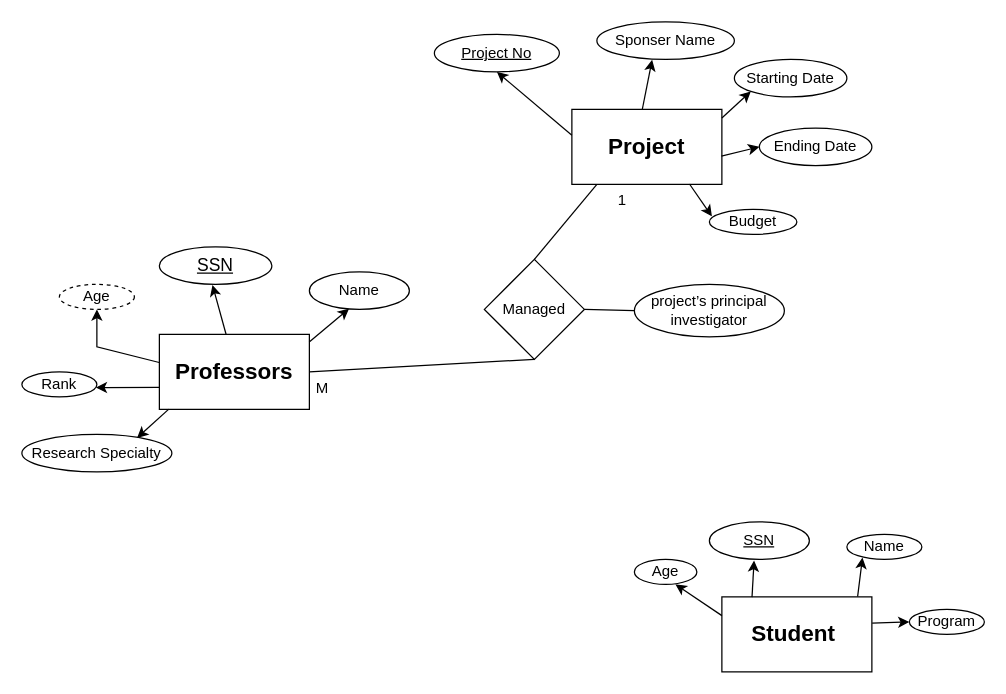
The draw.io diagram university database.drawio in Dilka98/ER-Diagram, before the edit. Source tidied: cells renumbered, new cells numbered last; positions are measured from the earlier drawing's top-left corner, leaving out a move shared by most shapes. Both pictures are drawn from the tidied source at 125%, with x=0, y=0 at pixel (21, 21).
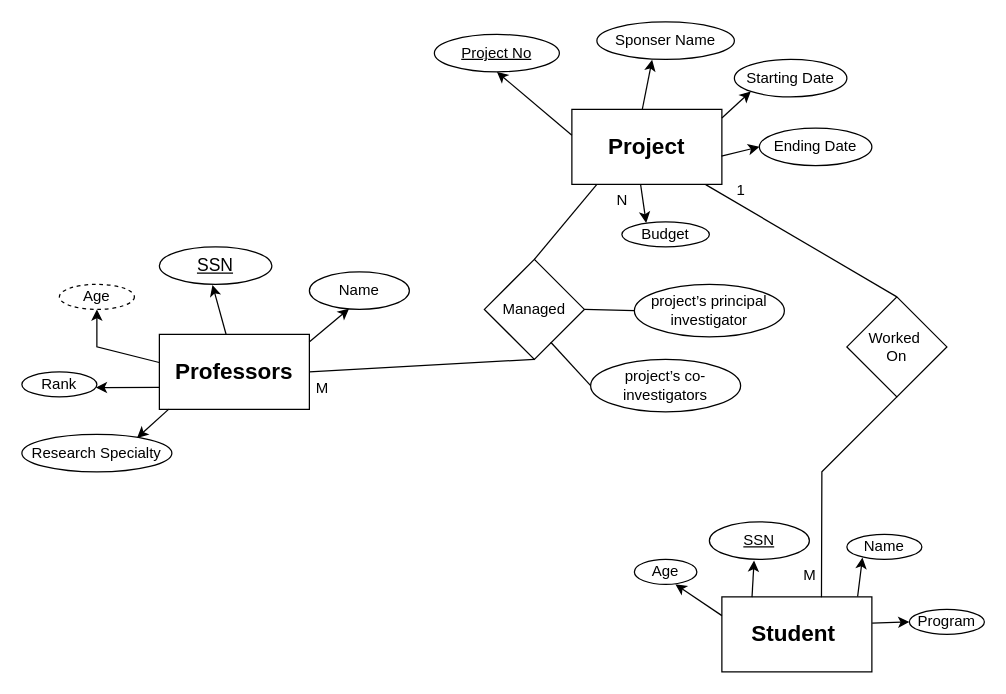
The same diagram, later.

The change refers to these unchanged cells:
```xml
<mxCell id="13" value="&lt;h2&gt;Project&lt;/h2&gt;" style="rounded=0;whiteSpace=wrap;html=1;" parent="1" vertex="1">
  <mxGeometry x="440" y="70" width="120" height="60" as="geometry" />
</mxCell>
<mxCell id="24" value="&lt;h2&gt;Student&amp;nbsp;&lt;/h2&gt;" style="rounded=0;whiteSpace=wrap;html=1;" parent="1" vertex="1">
  <mxGeometry x="560" y="460" width="120" height="60" as="geometry" />
</mxCell>
<mxCell id="33" value="Managed" style="rhombus;whiteSpace=wrap;html=1;" parent="1" vertex="1">
  <mxGeometry x="370" y="190" width="80" height="80" as="geometry" />
</mxCell>
```

What changed in the source:
```diff
@@
     <mxCell id="22" value="Budget" style="ellipse;whiteSpace=wrap;html=1;" parent="1" vertex="1">
-      <mxGeometry x="550" y="150" width="70" height="20" as="geometry" />
+      <mxGeometry x="480" y="160" width="70" height="20" as="geometry" />
     </mxCell>
-    <mxCell id="23" style="edgeStyle=none;jettySize=auto;html=1;rounded=0;entryX=0.029;entryY=0.278;entryDx=0;entryDy=0;entryPerimeter=0;exitX=0.784;exitY=0.995;exitDx=0;exitDy=0;exitPerimeter=0;" parent="1" edge="1" source="13" target="22">
+    <mxCell id="23" style="edgeStyle=none;jettySize=auto;html=1;rounded=0;entryX=0.278;entryY=0.042;entryDx=0;entryDy=0;entryPerimeter=0;exitX=0.458;exitY=0.998;exitDx=0;exitDy=0;exitPerimeter=0;" parent="1" edge="1" source="13" target="22">
       <mxGeometry relative="1" as="geometry" />
     </mxCell>
@@
-    <mxCell id="35" value="1" style="text;html=1;align=center;verticalAlign=middle;strokeColor=none;fillColor=none;" parent="1" vertex="1">
+    <mxCell id="35" value="N" style="text;html=1;align=center;verticalAlign=middle;strokeColor=none;fillColor=none;" parent="1" vertex="1">
       <mxGeometry x="465" y="128" width="30" height="30" as="geometry" />
     </mxCell>
@@
+    <mxCell id="40" value="project’s co-investigators" style="ellipse;whiteSpace=wrap;html=1;" parent="1" vertex="1">
+      <mxGeometry x="455" y="270" width="120" height="42" as="geometry" />
+    </mxCell>
+    <mxCell id="41" style="endArrow=none;html=1;rounded=0;entryX=0;entryY=0.5;entryDx=0;entryDy=0;exitX=0.664;exitY=0.829;exitDx=0;exitDy=0;exitPerimeter=0;" parent="1" edge="1" source="33" target="40">
+      <mxGeometry relative="1" as="geometry" />
+    </mxCell>
+    <mxCell id="42" value="Worked&amp;nbsp;&lt;div&gt;On&lt;/div&gt;" style="rhombus;whiteSpace=wrap;html=1;" parent="1" vertex="1">
+      <mxGeometry x="660" y="220" width="80" height="80" as="geometry" />
+    </mxCell>
+    <mxCell id="43" style="endArrow=none;html=1;rounded=0;entryX=0.892;entryY=1.003;entryDx=0;entryDy=0;entryPerimeter=0;exitX=0.5;exitY=0;exitDx=0;exitDy=0;" parent="1" edge="1" source="42" target="13">
+      <mxGeometry relative="1" as="geometry" />
+    </mxCell>
+    <mxCell id="44" style="endArrow=none;html=1;rounded=0;entryX=0.5;entryY=1;entryDx=0;entryDy=0;exitX=0.664;exitY=0.005;exitDx=0;exitDy=0;exitPerimeter=0;" parent="1" edge="1" source="24" target="42">
+      <mxGeometry relative="1" as="geometry">
+        <Array as="points">
+          <mxPoint x="640" y="360" />
+        </Array>
+      </mxGeometry>
+    </mxCell>
+    <mxCell id="45" value="M" style="text;html=1;align=center;verticalAlign=middle;strokeColor=none;fillColor=none;" parent="1" vertex="1">
+      <mxGeometry x="615" y="428" width="30" height="30" as="geometry" />
+    </mxCell>
+    <mxCell id="46" value="1" style="text;html=1;align=center;verticalAlign=middle;strokeColor=none;fillColor=none;" parent="1" vertex="1">
+      <mxGeometry x="560" y="120" width="30" height="30" as="geometry" />
+    </mxCell>
```
